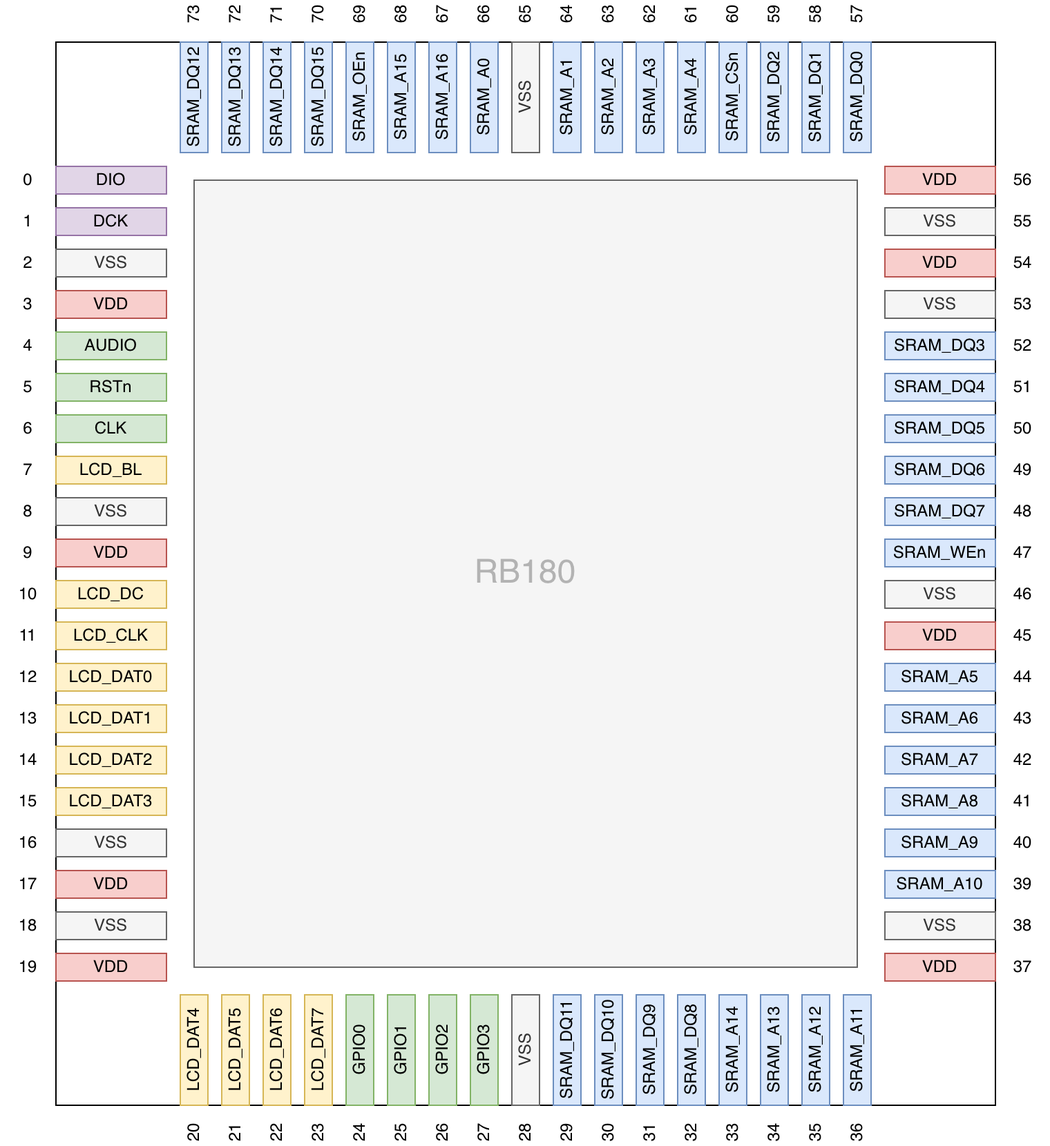
Wren6991/RISCBoy-180 keeps this draw.io diagram as doc/diagram/rb180_pinout.drawio.png. Above is the earlier version. Source tidied: cells renumbered, new cells last; positions are measured from the earlier drawing's top-left corner, leaving out a move shared by most shapes.
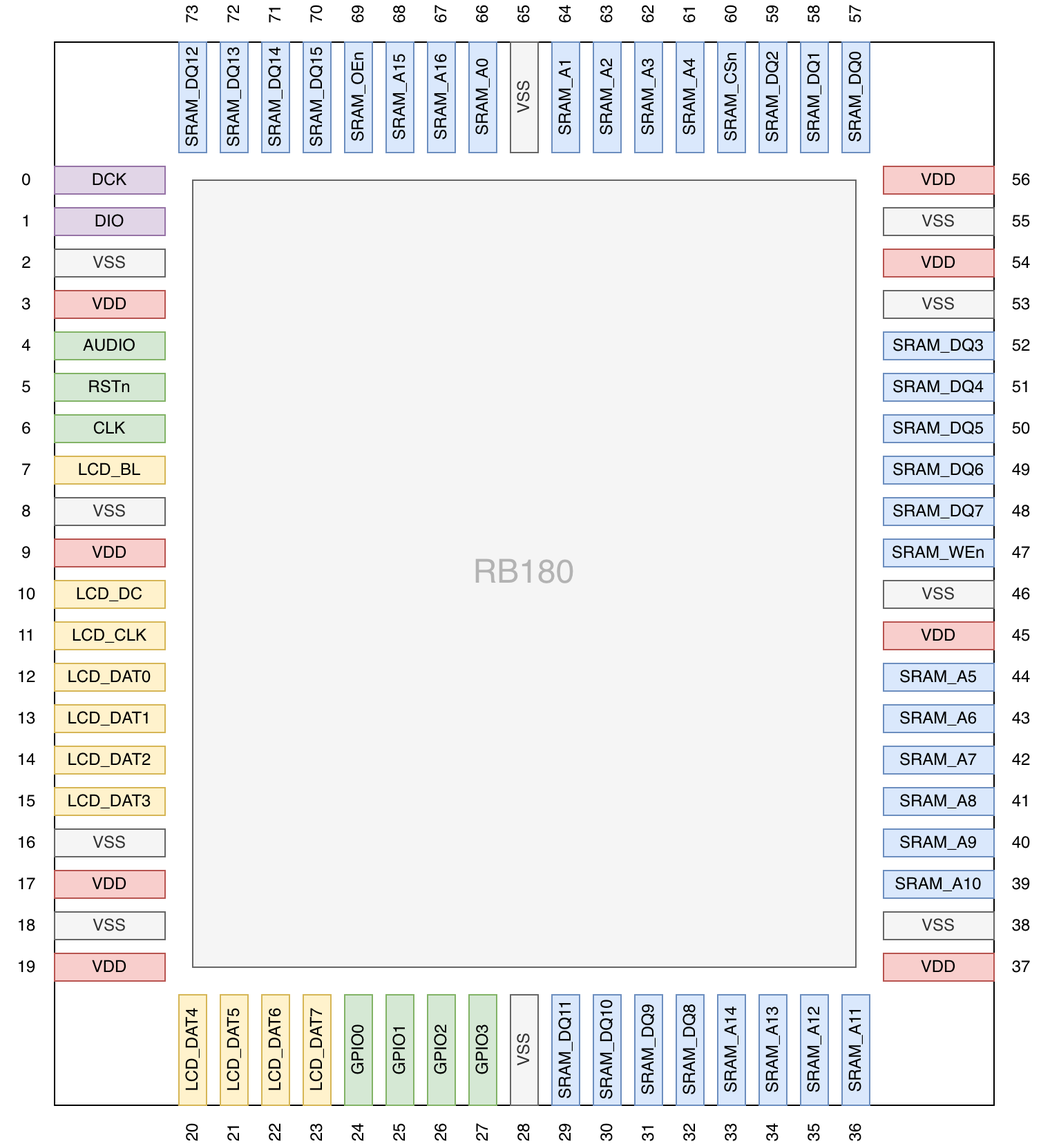
After the change.

Commit message:
fix swapped DCK/DIO in datasheet padout diagram

Diff of the diagram source:
```diff
@@ -5,10 +5,10 @@
     <mxCell id="2" style="rounded=0;whiteSpace=wrap;html=1;" parent="1" vertex="1">
       <mxGeometry x="40" y="30" width="680" height="770" as="geometry" />
     </mxCell>
-    <mxCell id="3" value="DIO" style="rounded=0;whiteSpace=wrap;html=1;fillColor=#e1d5e7;strokeColor=#9673a6;" parent="1" vertex="1">
+    <mxCell id="3" value="DCK" style="rounded=0;whiteSpace=wrap;html=1;fillColor=#e1d5e7;strokeColor=#9673a6;" parent="1" vertex="1">
       <mxGeometry x="40" y="120" width="80" height="20" as="geometry" />
     </mxCell>
-    <mxCell id="4" value="DCK" style="rounded=0;whiteSpace=wrap;html=1;fillColor=#e1d5e7;strokeColor=#9673a6;" parent="1" vertex="1">
+    <mxCell id="4" value="DIO" style="rounded=0;whiteSpace=wrap;html=1;fillColor=#e1d5e7;strokeColor=#9673a6;" parent="1" vertex="1">
       <mxGeometry x="40" y="150" width="80" height="20" as="geometry" />
     </mxCell>
     <mxCell id="5" value="VSS" style="rounded=0;whiteSpace=wrap;html=1;fillColor=#f5f5f5;fontColor=#333333;strokeColor=#666666;" parent="1" vertex="1">
```
